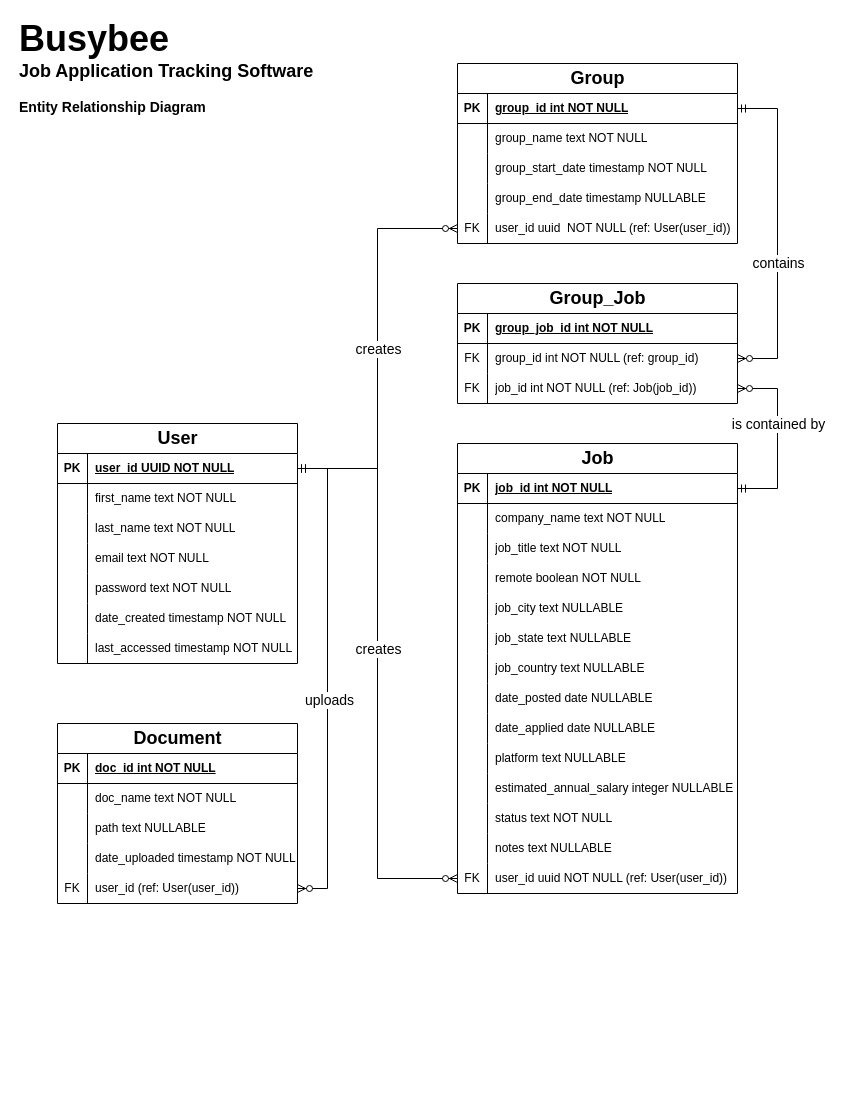
Masonluna/BusyBee keeps this draw.io diagram as Documentation/busybee.erd.drawio. Above is the earlier version. Source tidied: cells renumbered, new cells numbered last; positions are measured from the earlier drawing's top-left corner, leaving out a move shared by most shapes. Both pictures are drawn from the tidied source at 100%, with x=0, y=0 at pixel (17, 23).
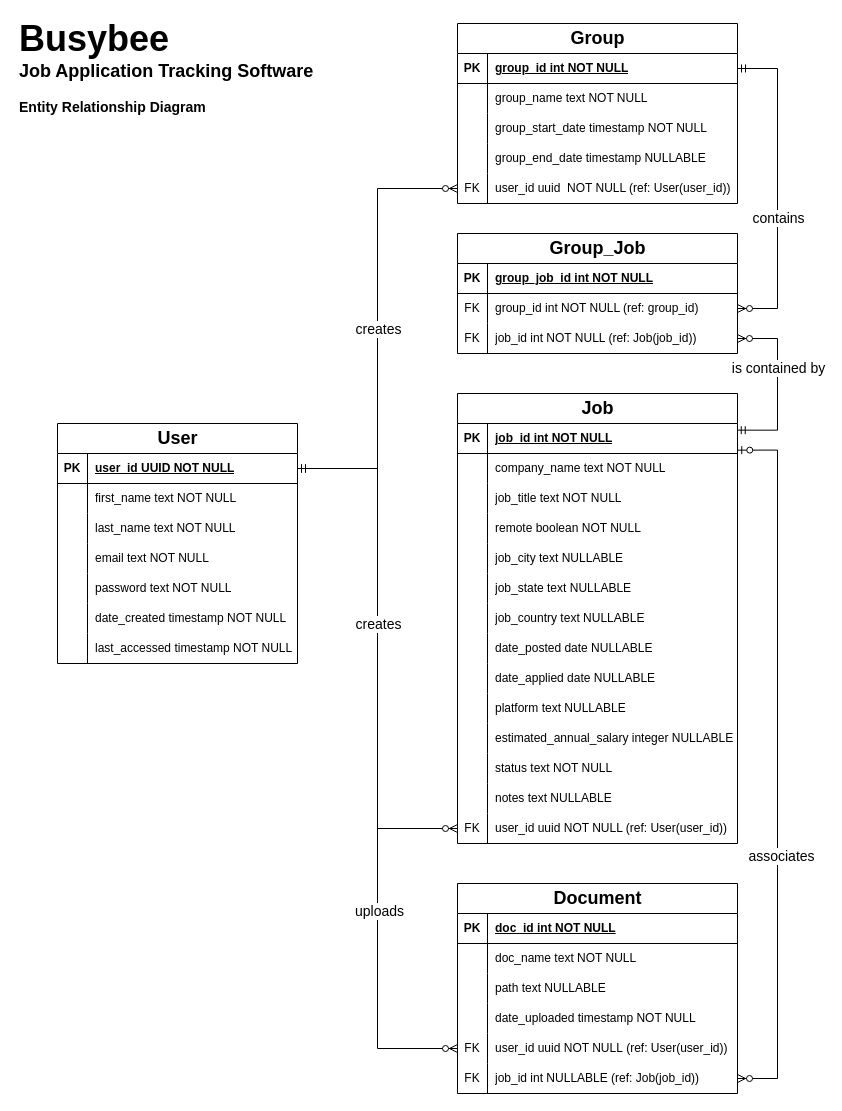
After the change.

Unchanged cells that the change refers to:
```xml
<mxCell id="5" style="shape=tableRow;horizontal=0;startSize=0;swimlaneHead=0;swimlaneBody=0;fillColor=none;points=[[0,0.5],[1,0.5]];portConstraint=eastwest;top=0;left=0;right=0;bottom=1;" parent="4" vertex="1">
  <mxGeometry y="30" width="240" height="30" as="geometry" />
</mxCell>
<mxCell id="45" style="shape=tableRow;horizontal=0;startSize=0;swimlaneHead=0;swimlaneBody=0;fillColor=none;points=[[0,0.5],[1,0.5]];portConstraint=eastwest;top=0;left=0;right=0;bottom=1;" parent="44" vertex="1">
  <mxGeometry y="30" width="280" height="30" as="geometry" />
</mxCell>
<mxCell id="94" style="shape=tableRow;horizontal=0;startSize=0;swimlaneHead=0;swimlaneBody=0;fillColor=none;points=[[0,0.5],[1,0.5]];portConstraint=eastwest;top=0;left=0;right=0;bottom=0;" parent="87" vertex="1">
  <mxGeometry y="90" width="280" height="30" as="geometry" />
</mxCell>
```

The edit, as a diff of the source:
```diff
@@
+    <mxCell id="119" style="edgeStyle=orthogonalEdgeStyle;fontSize=12;html=1;endArrow=ERzeroToMany;startArrow=ERmandOne;rounded=0;exitX=1;exitY=0.5;exitDx=0;exitDy=0;entryX=0;entryY=0.5;entryDx=0;entryDy=0;" parent="1" edge="1" source="5" target="116">
+      <mxGeometry relative="1" as="geometry" />
+    </mxCell>
+    <mxCell id="120" value="&lt;font style=&quot;font-size: 14px;&quot;&gt;uploads&lt;/font&gt;" style="edgeLabel;html=1;align=center;verticalAlign=middle;" parent="119" vertex="1">
+      <mxGeometry x="0.09" y="1" relative="1" as="geometry">
+        <mxPoint y="119" as="offset" />
+      </mxGeometry>
+    </mxCell>
@@
     <mxCell id="26" value="&lt;font style=&quot;font-size: 18px;&quot;&gt;Group&lt;/font&gt;" style="shape=table;startSize=30;childLayout=tableLayout;rowLines=0;fontStyle=1;align=center;html=1;" parent="1" vertex="1">
-      <mxGeometry x="440" y="40" width="280" height="180" as="geometry" />
+      <mxGeometry x="440" width="280" height="180" as="geometry" />
     </mxCell>
@@
     <mxCell id="44" value="&lt;font style=&quot;font-size: 18px;&quot;&gt;Job&lt;/font&gt;" style="shape=table;startSize=30;childLayout=tableLayout;rowLines=0;fontStyle=1;align=center;html=1;" parent="1" vertex="1">
-      <mxGeometry x="440" y="420" width="280" height="450" as="geometry" />
+      <mxGeometry x="440" y="370" width="280" height="450" as="geometry" />
     </mxCell>
@@
     <mxCell id="87" value="&lt;font style=&quot;font-size: 18px;&quot;&gt;Group_Job&lt;/font&gt;" style="shape=table;startSize=30;childLayout=tableLayout;rowLines=0;fontStyle=1;align=center;html=1;" parent="1" vertex="1">
-      <mxGeometry x="440" y="260" width="280" height="120" as="geometry" />
+      <mxGeometry x="440" y="210" width="280" height="120" as="geometry" />
     </mxCell>
@@
-    <mxCell id="99" style="fontSize=12;html=1;endArrow=ERzeroToMany;startArrow=ERmandOne;rounded=0;exitX=1;exitY=0.5;exitDx=0;exitDy=0;entryX=1;entryY=0.5;entryDx=0;entryDy=0;edgeStyle=elbowEdgeStyle;" parent="1" edge="1" source="45" target="94">
+    <mxCell id="99" style="fontSize=12;html=1;endArrow=ERzeroToMany;startArrow=ERmandOne;rounded=0;exitX=0.999;exitY=0.222;exitDx=0;exitDy=0;entryX=1;entryY=0.5;entryDx=0;entryDy=0;edgeStyle=elbowEdgeStyle;exitPerimeter=0;" parent="1" edge="1" source="45" target="94">
       <mxGeometry relative="1" as="geometry">
         <Array as="points">
           <mxPoint x="760" y="410" />
         </Array>
       </mxGeometry>
     </mxCell>
@@
     <mxCell id="103" value="&lt;font style=&quot;font-size: 18px;&quot;&gt;Document&lt;/font&gt;" style="shape=table;startSize=30;childLayout=tableLayout;rowLines=0;fontStyle=1;align=center;html=1;" parent="1" vertex="1">
-      <mxGeometry x="40" y="700" width="240" height="180" as="geometry" />
+      <mxGeometry x="440" y="860" width="280" height="210" as="geometry" />
     </mxCell>
     <mxCell id="104" style="shape=tableRow;horizontal=0;startSize=0;swimlaneHead=0;swimlaneBody=0;fillColor=none;top=0;left=0;right=0;bottom=1;" parent="103" vertex="1">
-      <mxGeometry y="30" width="240" height="30" as="geometry" />
+      <mxGeometry y="30" width="280" height="30" as="geometry" />
     </mxCell>
@@
     <mxCell id="106" value="doc_id int NOT NULL" style="shape=partialRectangle;fillColor=none;top=0;left=0;bottom=0;right=0;align=left;spacingLeft=6;fontStyle=5;overflow=hidden;whiteSpace=wrap;html=1;" parent="104" vertex="1">
-      <mxGeometry x="30" width="210" height="30" as="geometry" />
+      <mxGeometry x="30" width="250" height="30" as="geometry" />
     </mxCell>
     <mxCell id="107" style="shape=tableRow;horizontal=0;startSize=0;swimlaneHead=0;swimlaneBody=0;fillColor=none;top=0;left=0;right=0;bottom=0;" parent="103" vertex="1">
-      <mxGeometry y="60" width="240" height="30" as="geometry" />
+      <mxGeometry y="60" width="280" height="30" as="geometry" />
     </mxCell>
@@
     <mxCell id="109" value="doc_name text NOT NULL" style="shape=partialRectangle;fillColor=none;top=0;left=0;bottom=0;right=0;align=left;spacingLeft=6;overflow=hidden;whiteSpace=wrap;html=1;" parent="107" vertex="1">
-      <mxGeometry x="30" width="210" height="30" as="geometry" />
+      <mxGeometry x="30" width="250" height="30" as="geometry" />
     </mxCell>
     <mxCell id="110" style="shape=tableRow;horizontal=0;startSize=0;swimlaneHead=0;swimlaneBody=0;fillColor=none;top=0;left=0;right=0;bottom=0;" parent="103" vertex="1">
-      <mxGeometry y="90" width="240" height="30" as="geometry" />
+      <mxGeometry y="90" width="280" height="30" as="geometry" />
     </mxCell>
@@
     <mxCell id="112" value="path text NULLABLE" style="shape=partialRectangle;fillColor=none;top=0;left=0;bottom=0;right=0;align=left;spacingLeft=6;overflow=hidden;whiteSpace=wrap;html=1;" parent="110" vertex="1">
-      <mxGeometry x="30" width="210" height="30" as="geometry" />
+      <mxGeometry x="30" width="250" height="30" as="geometry" />
     </mxCell>
     <mxCell id="113" style="shape=tableRow;horizontal=0;startSize=0;swimlaneHead=0;swimlaneBody=0;fillColor=none;top=0;left=0;right=0;bottom=0;" parent="103" vertex="1">
-      <mxGeometry y="120" width="240" height="30" as="geometry" />
+      <mxGeometry y="120" width="280" height="30" as="geometry" />
     </mxCell>
@@
     <mxCell id="115" value="date_uploaded timestamp NOT NULL" style="shape=partialRectangle;fillColor=none;top=0;left=0;bottom=0;right=0;align=left;spacingLeft=6;overflow=hidden;whiteSpace=wrap;html=1;" parent="113" vertex="1">
-      <mxGeometry x="30" width="210" height="30" as="geometry" />
+      <mxGeometry x="30" width="250" height="30" as="geometry" />
     </mxCell>
     <mxCell id="116" style="shape=tableRow;horizontal=0;startSize=0;swimlaneHead=0;swimlaneBody=0;fillColor=none;points=[[0,0.5],[1,0.5]];portConstraint=eastwest;top=0;left=0;right=0;bottom=0;" parent="103" vertex="1">
-      <mxGeometry y="150" width="240" height="30" as="geometry" />
+      <mxGeometry y="150" width="280" height="30" as="geometry" />
     </mxCell>
@@
-    <mxCell id="118" value="user_id (ref: User(user_id))" style="shape=partialRectangle;fillColor=none;top=0;left=0;bottom=0;right=0;align=left;spacingLeft=6;overflow=hidden;whiteSpace=wrap;html=1;" parent="116" vertex="1">
-      <mxGeometry x="30" width="210" height="30" as="geometry" />
+    <mxCell id="118" value="user_id uuid NOT NULL&amp;nbsp;(ref: User(user_id))" style="shape=partialRectangle;fillColor=none;top=0;left=0;bottom=0;right=0;align=left;spacingLeft=6;overflow=hidden;whiteSpace=wrap;html=1;" parent="116" vertex="1">
+      <mxGeometry x="30" width="250" height="30" as="geometry" />
     </mxCell>
-    <mxCell id="119" style="edgeStyle=entityRelationEdgeStyle;fontSize=12;html=1;endArrow=ERzeroToMany;startArrow=ERmandOne;rounded=0;exitX=1;exitY=0.5;exitDx=0;exitDy=0;entryX=1;entryY=0.5;entryDx=0;entryDy=0;" parent="1" edge="1" source="5" target="116">
-      <mxGeometry relative="1" as="geometry" />
-    </mxCell>
-    <mxCell id="120" value="&lt;font style=&quot;font-size: 14px;&quot;&gt;uploads&lt;/font&gt;" style="edgeLabel;html=1;align=center;verticalAlign=middle;" parent="119" vertex="1">
-      <mxGeometry x="0.09" y="1" relative="1" as="geometry">
-        <mxPoint y="-1" as="offset" />
-      </mxGeometry>
-    </mxCell>
+    <mxCell id="121" style="shape=tableRow;horizontal=0;startSize=0;swimlaneHead=0;swimlaneBody=0;fillColor=none;points=[[0,0.5],[1,0.5]];portConstraint=eastwest;top=0;left=0;right=0;bottom=0;" parent="103" vertex="1">
+      <mxGeometry y="180" width="280" height="30" as="geometry" />
+    </mxCell>
+    <mxCell id="122" value="FK" style="shape=partialRectangle;fillColor=none;top=0;left=0;bottom=0;right=0;overflow=hidden;whiteSpace=wrap;html=1;" parent="121" vertex="1">
+      <mxGeometry width="30" height="30" as="geometry" />
+    </mxCell>
+    <mxCell id="123" value="job_id int NULLABLE (ref: Job(job_id))" style="shape=partialRectangle;fillColor=none;top=0;left=0;bottom=0;right=0;align=left;spacingLeft=6;overflow=hidden;whiteSpace=wrap;html=1;" parent="121" vertex="1">
+      <mxGeometry x="30" width="250" height="30" as="geometry" />
+    </mxCell>
+    <mxCell id="124" style="edgeStyle=orthogonalEdgeStyle;fontSize=12;html=1;endArrow=ERzeroToMany;startArrow=ERzeroToOne;rounded=0;exitX=1.001;exitY=0.888;exitDx=0;exitDy=0;exitPerimeter=0;entryX=1;entryY=0.5;entryDx=0;entryDy=0;" parent="1" edge="1" source="45" target="121">
+      <mxGeometry relative="1" as="geometry">
+        <Array as="points">
+          <mxPoint x="760" y="427" />
+          <mxPoint x="760" y="1055" />
+        </Array>
+      </mxGeometry>
+    </mxCell>
+    <mxCell id="125" value="&lt;font style=&quot;font-size: 14px;&quot;&gt;associates&lt;/font&gt;" style="edgeLabel;html=1;align=center;verticalAlign=middle;" parent="124" vertex="1">
+      <mxGeometry x="0.26" y="3" relative="1" as="geometry" />
+    </mxCell>
```
